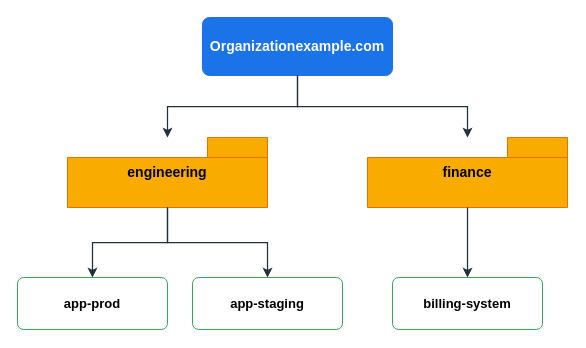
KKamJi98/kkamji98.github.io keeps this draw.io diagram as assets/img/gcp/gcp-org-tree.drawio. Above is the earlier version. Source tidied: cells renumbered, new cells numbered last; positions are measured from the earlier drawing's top-left corner, leaving out a move shared by most shapes. Both pictures are drawn from the tidied source at 100%, with x=0, y=0 at pixel (17, 17).
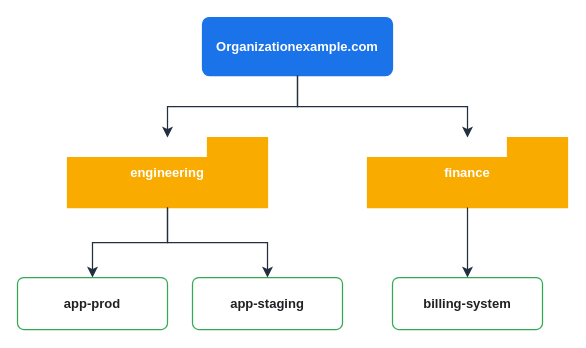
After the change.

The edit, as a diff of the source:
```diff
@@
 <mxGraphModel background="#FFFFFF">
   <root>
     <mxCell id="0" />
     <mxCell id="1" parent="0" />
-    <mxCell id="2" value="Organizationexample.com" style="rounded=1;arcSize=12;whiteSpace=wrap;html=0;fillColor=#1A73E8;strokeColor=#1A73E8;fontColor=#FFFFFF;fontSize=14;fontStyle=1;verticalAlign=middle;align=center;" parent="1" vertex="1">
+    <mxCell id="2" value="Organizationexample.com" style="rounded=1;arcSize=12;whiteSpace=wrap;html=0;fillColor=#1A73E8;strokeColor=#1A73E8;fontColor=#FFFFFF;fontSize=13;fontStyle=1;verticalAlign=middle;align=center;strokeWidth=1.25;" parent="1" vertex="1">
       <mxGeometry x="185" width="190" height="58" as="geometry" />
     </mxCell>
-    <mxCell id="3" value="engineering" style="shape=folder;html=0;whiteSpace=wrap;fillColor=#F9AB00;strokeColor=#E37400;fontColor=#000000;fontSize=14;fontStyle=1;verticalAlign=middle;align=center;" parent="1" vertex="1">
+    <mxCell id="3" value="engineering" style="shape=folder;html=0;whiteSpace=wrap;fillColor=#F9AB00;strokeColor=#F9AB00;fontColor=#FFFFFF;fontSize=13;fontStyle=1;verticalAlign=middle;align=center;strokeWidth=1.25;" parent="1" vertex="1">
       <mxGeometry x="50" y="120" width="200" height="70" as="geometry" />
     </mxCell>
-    <mxCell id="4" value="finance" style="shape=folder;html=0;whiteSpace=wrap;fillColor=#F9AB00;strokeColor=#E37400;fontColor=#000000;fontSize=14;fontStyle=1;verticalAlign=middle;align=center;" parent="1" vertex="1">
+    <mxCell id="4" value="finance" style="shape=folder;html=0;whiteSpace=wrap;fillColor=#F9AB00;strokeColor=#F9AB00;fontColor=#FFFFFF;fontSize=13;fontStyle=1;verticalAlign=middle;align=center;strokeWidth=1.25;" parent="1" vertex="1">
       <mxGeometry x="350" y="120" width="200" height="70" as="geometry" />
     </mxCell>
-    <mxCell id="5" value="app-prod" style="rounded=1;arcSize=12;whiteSpace=wrap;html=0;fillColor=#FFFFFF;strokeColor=#34A853;fontColor=#000000;fontSize=13;fontStyle=1;verticalAlign=middle;align=center;" parent="1" vertex="1">
+    <mxCell id="5" value="app-prod" style="rounded=1;arcSize=12;whiteSpace=wrap;html=0;fillColor=#FFFFFF;strokeColor=#34A853;fontColor=#202124;fontSize=13;fontStyle=1;verticalAlign=middle;align=center;strokeWidth=1.25;" parent="1" vertex="1">
       <mxGeometry y="260" width="150" height="52" as="geometry" />
     </mxCell>
-    <mxCell id="6" value="app-staging" style="rounded=1;arcSize=12;whiteSpace=wrap;html=0;fillColor=#FFFFFF;strokeColor=#34A853;fontColor=#000000;fontSize=13;fontStyle=1;verticalAlign=middle;align=center;" parent="1" vertex="1">
+    <mxCell id="6" value="app-staging" style="rounded=1;arcSize=12;whiteSpace=wrap;html=0;fillColor=#FFFFFF;strokeColor=#34A853;fontColor=#202124;fontSize=13;fontStyle=1;verticalAlign=middle;align=center;strokeWidth=1.25;" parent="1" vertex="1">
       <mxGeometry x="175" y="260" width="150" height="52" as="geometry" />
     </mxCell>
-    <mxCell id="7" value="billing-system" style="rounded=1;arcSize=12;whiteSpace=wrap;html=0;fillColor=#FFFFFF;strokeColor=#34A853;fontColor=#000000;fontSize=13;fontStyle=1;verticalAlign=middle;align=center;" parent="1" vertex="1">
+    <mxCell id="7" value="billing-system" style="rounded=1;arcSize=12;whiteSpace=wrap;html=0;fillColor=#FFFFFF;strokeColor=#34A853;fontColor=#202124;fontSize=13;fontStyle=1;verticalAlign=middle;align=center;strokeWidth=1.25;" parent="1" vertex="1">
       <mxGeometry x="375" y="260" width="150" height="52" as="geometry" />
     </mxCell>
-    <mxCell id="8" style="edgeStyle=orthogonalEdgeStyle;html=0;rounded=0;strokeColor=#232F3E;strokeWidth=1.25;fontColor=#000000;endArrow=classic;exitX=0.5;exitY=1;exitDx=0;exitDy=0;entryX=0.5;entryY=0;entryDx=0;entryDy=0;" parent="1" edge="1" source="2" target="3">
+    <mxCell id="8" style="edgeStyle=orthogonalEdgeStyle;html=0;rounded=0;strokeColor=#232F3E;strokeWidth=1.25;fontColor=#202124;endArrow=classic;exitX=0.5;exitY=1;exitDx=0;exitDy=0;entryX=0.5;entryY=0;entryDx=0;entryDy=0;endSize=7;" parent="1" edge="1" source="2" target="3">
       <mxGeometry relative="1" as="geometry" />
     </mxCell>
-    <mxCell id="9" style="edgeStyle=orthogonalEdgeStyle;html=0;rounded=0;strokeColor=#232F3E;strokeWidth=1.25;fontColor=#000000;endArrow=classic;exitX=0.5;exitY=1;exitDx=0;exitDy=0;entryX=0.5;entryY=0;entryDx=0;entryDy=0;" parent="1" edge="1" source="2" target="4">
+    <mxCell id="9" style="edgeStyle=orthogonalEdgeStyle;html=0;rounded=0;strokeColor=#232F3E;strokeWidth=1.25;fontColor=#202124;endArrow=classic;exitX=0.5;exitY=1;exitDx=0;exitDy=0;entryX=0.5;entryY=0;entryDx=0;entryDy=0;endSize=7;" parent="1" edge="1" source="2" target="4">
       <mxGeometry relative="1" as="geometry" />
     </mxCell>
-    <mxCell id="10" style="edgeStyle=orthogonalEdgeStyle;html=0;rounded=0;strokeColor=#232F3E;strokeWidth=1.25;fontColor=#000000;endArrow=classic;exitX=0.5;exitY=1;exitDx=0;exitDy=0;entryX=0.5;entryY=0;entryDx=0;entryDy=0;" parent="1" edge="1" source="3" target="5">
+    <mxCell id="10" style="edgeStyle=orthogonalEdgeStyle;html=0;rounded=0;strokeColor=#232F3E;strokeWidth=1.25;fontColor=#202124;endArrow=classic;exitX=0.5;exitY=1;exitDx=0;exitDy=0;entryX=0.5;entryY=0;entryDx=0;entryDy=0;endSize=7;" parent="1" edge="1" source="3" target="5">
       <mxGeometry relative="1" as="geometry" />
     </mxCell>
-    <mxCell id="11" style="edgeStyle=orthogonalEdgeStyle;html=0;rounded=0;strokeColor=#232F3E;strokeWidth=1.25;fontColor=#000000;endArrow=classic;exitX=0.5;exitY=1;exitDx=0;exitDy=0;entryX=0.5;entryY=0;entryDx=0;entryDy=0;" parent="1" edge="1" source="3" target="6">
+    <mxCell id="11" style="edgeStyle=orthogonalEdgeStyle;html=0;rounded=0;strokeColor=#232F3E;strokeWidth=1.25;fontColor=#202124;endArrow=classic;exitX=0.5;exitY=1;exitDx=0;exitDy=0;entryX=0.5;entryY=0;entryDx=0;entryDy=0;endSize=7;" parent="1" edge="1" source="3" target="6">
       <mxGeometry relative="1" as="geometry" />
     </mxCell>
-    <mxCell id="12" style="edgeStyle=orthogonalEdgeStyle;html=0;rounded=0;strokeColor=#232F3E;strokeWidth=1.25;fontColor=#000000;endArrow=classic;exitX=0.5;exitY=1;exitDx=0;exitDy=0;entryX=0.5;entryY=0;entryDx=0;entryDy=0;" parent="1" edge="1" source="4" target="7">
+    <mxCell id="12" style="edgeStyle=orthogonalEdgeStyle;html=0;rounded=0;strokeColor=#232F3E;strokeWidth=1.25;fontColor=#202124;endArrow=classic;exitX=0.5;exitY=1;exitDx=0;exitDy=0;entryX=0.5;entryY=0;entryDx=0;entryDy=0;endSize=7;" parent="1" edge="1" source="4" target="7">
       <mxGeometry relative="1" as="geometry" />
     </mxCell>
   </root>
 </mxGraphModel>
```
